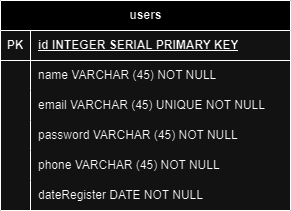
This is src/craft_beers.drawio.png from AquiDev-com/teste-full-stack, a draw.io export, as it was before one commit. Source tidied: cells renumbered, new cells last; positions are measured from the earlier drawing's top-left corner, leaving out a move shared by most shapes.
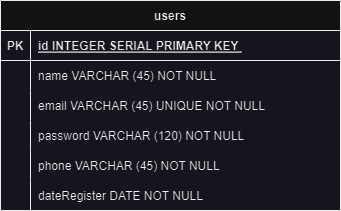
Later version of the same file.

Diff of the diagram source:
```diff
@@ -2,62 +2,62 @@
   <root>
     <mxCell id="0" />
     <mxCell id="1" parent="0" />
-    <mxCell id="2" value="users" style="shape=table;startSize=30;rowLines=0;fontStyle=1;align=center;html=1;" parent="1" vertex="1">
-      <mxGeometry width="290" height="210" as="geometry" />
+    <mxCell id="2" value="users" style="shape=table;startSize=30;rowLines=0;fontStyle=1;align=center;" parent="1" vertex="1">
+      <mxGeometry width="340" height="210" as="geometry" />
     </mxCell>
-    <mxCell id="3" style="shape=tableRow;horizontal=0;startSize=0;swimlaneHead=0;swimlaneBody=0;fillColor=none;top=0;left=0;right=0;bottom=1;" parent="2" vertex="1">
-      <mxGeometry y="30" width="290" height="30" as="geometry" />
-    </mxCell>
+    <mxCell id="21" style="shape=tableRow;horizontal=0;startSize=0;swimlaneHead=0;swimlaneBody=0;fillColor=none;top=0;left=0;right=0;bottom=1;" parent="2" vertex="1">
+      <mxGeometry y="30" width="340" height="30" as="geometry" />
+    </mxCell>
-    <mxCell id="4" value="PK" style="shape=partialRectangle;fillColor=none;top=0;left=0;bottom=0;right=0;fontStyle=1;overflow=hidden;whiteSpace=wrap;html=1;" parent="3" vertex="1">
+    <mxCell id="4" value="PK" style="shape=partialRectangle;fillColor=none;top=0;left=0;bottom=0;right=0;fontStyle=1;overflow=hidden;" parent="21" vertex="1">
       <mxGeometry width="30" height="30" as="geometry" />
     </mxCell>
-    <mxCell id="5" value="id INTEGER SERIAL PRIMARY KEY" style="shape=partialRectangle;fillColor=none;top=0;left=0;bottom=0;right=0;align=left;spacingLeft=6;fontStyle=5;overflow=hidden;whiteSpace=wrap;html=1;" parent="3" vertex="1">
-      <mxGeometry x="30" width="260" height="30" as="geometry" />
+    <mxCell id="5" value="id INTEGER SERIAL PRIMARY KEY " style="shape=partialRectangle;fillColor=none;top=0;left=0;bottom=0;right=0;align=left;spacingLeft=6;fontStyle=5;overflow=hidden;" parent="21" vertex="1">
+      <mxGeometry x="30" width="310" height="30" as="geometry" />
     </mxCell>
-    <mxCell id="6" style="shape=tableRow;horizontal=0;startSize=0;swimlaneHead=0;swimlaneBody=0;fillColor=none;top=0;left=0;right=0;bottom=0;" parent="2" vertex="1">
-      <mxGeometry y="60" width="290" height="30" as="geometry" />
-    </mxCell>
-    <mxCell id="7" style="shape=partialRectangle;fillColor=none;top=0;left=0;bottom=0;right=0;overflow=hidden;whiteSpace=wrap;html=1;" parent="6" vertex="1">
-      <mxGeometry width="30" height="30" as="geometry" />
-    </mxCell>
+    <mxCell id="22" style="shape=tableRow;horizontal=0;startSize=0;swimlaneHead=0;swimlaneBody=0;fillColor=none;top=0;left=0;right=0;bottom=0;" parent="2" vertex="1">
+      <mxGeometry y="60" width="340" height="30" as="geometry" />
+    </mxCell>
+    <mxCell id="23" style="shape=partialRectangle;fillColor=none;top=0;left=0;bottom=0;right=0;overflow=hidden;" parent="22" vertex="1">
+      <mxGeometry width="30" height="30" as="geometry" />
+    </mxCell>
-    <mxCell id="8" value="name VARCHAR (45) NOT NULL" style="shape=partialRectangle;fillColor=none;top=0;left=0;bottom=0;right=0;align=left;spacingLeft=6;overflow=hidden;whiteSpace=wrap;html=1;" parent="6" vertex="1">
-      <mxGeometry x="30" width="260" height="30" as="geometry" />
+    <mxCell id="8" value="name VARCHAR (45) NOT NULL" style="shape=partialRectangle;fillColor=none;top=0;left=0;bottom=0;right=0;align=left;spacingLeft=6;overflow=hidden;" parent="22" vertex="1">
+      <mxGeometry x="30" width="310" height="30" as="geometry" />
     </mxCell>
-    <mxCell id="9" style="shape=tableRow;horizontal=0;startSize=0;swimlaneHead=0;swimlaneBody=0;fillColor=none;top=0;left=0;right=0;bottom=0;" parent="2" vertex="1">
-      <mxGeometry y="90" width="290" height="30" as="geometry" />
-    </mxCell>
-    <mxCell id="10" style="shape=partialRectangle;fillColor=none;top=0;left=0;bottom=0;right=0;overflow=hidden;whiteSpace=wrap;html=1;" parent="9" vertex="1">
-      <mxGeometry width="30" height="30" as="geometry" />
-    </mxCell>
+    <mxCell id="24" style="shape=tableRow;horizontal=0;startSize=0;swimlaneHead=0;swimlaneBody=0;fillColor=none;top=0;left=0;right=0;bottom=0;" parent="2" vertex="1">
+      <mxGeometry y="90" width="340" height="30" as="geometry" />
+    </mxCell>
+    <mxCell id="25" style="shape=partialRectangle;fillColor=none;top=0;left=0;bottom=0;right=0;overflow=hidden;" parent="24" vertex="1">
+      <mxGeometry width="30" height="30" as="geometry" />
+    </mxCell>
-    <mxCell id="11" value="email VARCHAR (45) UNIQUE NOT NULL" style="shape=partialRectangle;fillColor=none;top=0;left=0;bottom=0;right=0;align=left;spacingLeft=6;overflow=hidden;whiteSpace=wrap;html=1;" parent="9" vertex="1">
-      <mxGeometry x="30" width="260" height="30" as="geometry" />
+    <mxCell id="11" value="email VARCHAR (45) UNIQUE NOT NULL" style="shape=partialRectangle;fillColor=none;top=0;left=0;bottom=0;right=0;align=left;spacingLeft=6;overflow=hidden;" parent="24" vertex="1">
+      <mxGeometry x="30" width="310" height="30" as="geometry" />
     </mxCell>
-    <mxCell id="12" style="shape=tableRow;horizontal=0;startSize=0;swimlaneHead=0;swimlaneBody=0;fillColor=none;top=0;left=0;right=0;bottom=0;" parent="2" vertex="1">
-      <mxGeometry y="120" width="290" height="30" as="geometry" />
-    </mxCell>
-    <mxCell id="13" style="shape=partialRectangle;fillColor=none;top=0;left=0;bottom=0;right=0;overflow=hidden;whiteSpace=wrap;html=1;" parent="12" vertex="1">
-      <mxGeometry width="30" height="30" as="geometry" />
-    </mxCell>
-    <mxCell id="14" value="password VARCHAR (45) NOT NULL" style="shape=partialRectangle;fillColor=none;top=0;left=0;bottom=0;right=0;align=left;spacingLeft=6;overflow=hidden;whiteSpace=wrap;html=1;" parent="12" vertex="1">
-      <mxGeometry x="30" width="260" height="30" as="geometry" />
-    </mxCell>
-    <mxCell id="15" style="shape=tableRow;horizontal=0;startSize=0;swimlaneHead=0;swimlaneBody=0;fillColor=none;top=0;left=0;right=0;bottom=0;" parent="2" vertex="1">
-      <mxGeometry y="150" width="290" height="30" as="geometry" />
-    </mxCell>
-    <mxCell id="16" style="shape=partialRectangle;fillColor=none;top=0;left=0;bottom=0;right=0;overflow=hidden;whiteSpace=wrap;html=1;" parent="15" vertex="1">
-      <mxGeometry width="30" height="30" as="geometry" />
-    </mxCell>
+    <mxCell id="26" style="shape=tableRow;horizontal=0;startSize=0;swimlaneHead=0;swimlaneBody=0;fillColor=none;top=0;left=0;right=0;bottom=0;" parent="2" vertex="1">
+      <mxGeometry y="120" width="340" height="30" as="geometry" />
+    </mxCell>
+    <mxCell id="27" style="shape=partialRectangle;fillColor=none;top=0;left=0;bottom=0;right=0;overflow=hidden;" parent="26" vertex="1">
+      <mxGeometry width="30" height="30" as="geometry" />
+    </mxCell>
+    <mxCell id="28" value="password VARCHAR (120) NOT NULL" style="shape=partialRectangle;fillColor=none;top=0;left=0;bottom=0;right=0;align=left;spacingLeft=6;overflow=hidden;" parent="26" vertex="1">
+      <mxGeometry x="30" width="310" height="30" as="geometry" />
+    </mxCell>
+    <mxCell id="29" style="shape=tableRow;horizontal=0;startSize=0;swimlaneHead=0;swimlaneBody=0;fillColor=none;top=0;left=0;right=0;bottom=0;" parent="2" vertex="1">
+      <mxGeometry y="150" width="340" height="30" as="geometry" />
+    </mxCell>
+    <mxCell id="30" style="shape=partialRectangle;fillColor=none;top=0;left=0;bottom=0;right=0;overflow=hidden;" parent="29" vertex="1">
+      <mxGeometry width="30" height="30" as="geometry" />
+    </mxCell>
-    <mxCell id="17" value="phone VARCHAR (45) NOT NULL" style="shape=partialRectangle;fillColor=none;top=0;left=0;bottom=0;right=0;align=left;spacingLeft=6;overflow=hidden;whiteSpace=wrap;html=1;" parent="15" vertex="1">
-      <mxGeometry x="30" width="260" height="30" as="geometry" />
+    <mxCell id="17" value="phone VARCHAR (45) NOT NULL" style="shape=partialRectangle;fillColor=none;top=0;left=0;bottom=0;right=0;align=left;spacingLeft=6;overflow=hidden;" parent="29" vertex="1">
+      <mxGeometry x="30" width="310" height="30" as="geometry" />
     </mxCell>
-    <mxCell id="18" style="shape=tableRow;horizontal=0;startSize=0;swimlaneHead=0;swimlaneBody=0;fillColor=none;top=0;left=0;right=0;bottom=0;" parent="2" vertex="1">
-      <mxGeometry y="180" width="290" height="30" as="geometry" />
-    </mxCell>
-    <mxCell id="19" style="shape=partialRectangle;fillColor=none;top=0;left=0;bottom=0;right=0;overflow=hidden;whiteSpace=wrap;html=1;" parent="18" vertex="1">
-      <mxGeometry width="30" height="30" as="geometry" />
-    </mxCell>
+    <mxCell id="31" style="shape=tableRow;horizontal=0;startSize=0;swimlaneHead=0;swimlaneBody=0;fillColor=none;top=0;left=0;right=0;bottom=0;" parent="2" vertex="1">
+      <mxGeometry y="180" width="340" height="30" as="geometry" />
+    </mxCell>
+    <mxCell id="32" style="shape=partialRectangle;fillColor=none;top=0;left=0;bottom=0;right=0;overflow=hidden;" parent="31" vertex="1">
+      <mxGeometry width="30" height="30" as="geometry" />
+    </mxCell>
-    <mxCell id="20" value="dateRegister DATE NOT NULL" style="shape=partialRectangle;fillColor=none;top=0;left=0;bottom=0;right=0;align=left;spacingLeft=6;overflow=hidden;whiteSpace=wrap;html=1;" parent="18" vertex="1">
-      <mxGeometry x="30" width="260" height="30" as="geometry" />
+    <mxCell id="20" value="dateRegister DATE NOT NULL" style="shape=partialRectangle;fillColor=none;top=0;left=0;bottom=0;right=0;align=left;spacingLeft=6;overflow=hidden;" parent="31" vertex="1">
+      <mxGeometry x="30" width="310" height="30" as="geometry" />
     </mxCell>
   </root>
 </mxGraphModel>
```
